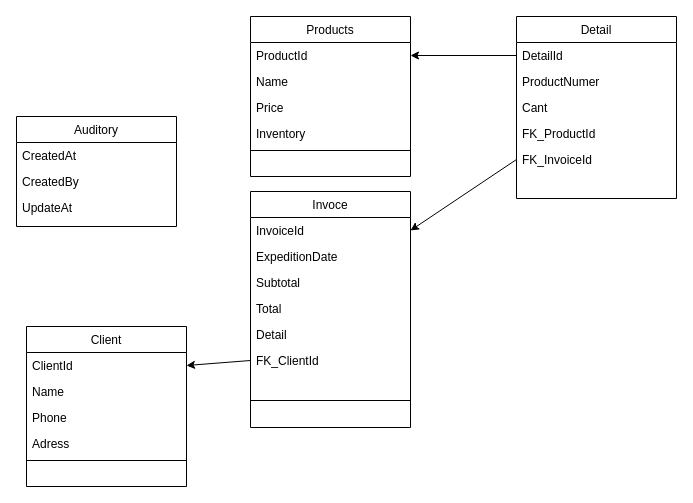
Before: MinHacienda/Utils/Diagrama BD.drawio in Wilmilcard/MinHacienda, a draw.io diagram. Source tidied: cells renumbered, new cells numbered last; positions are measured from the earlier drawing's top-left corner, leaving out a move shared by most shapes. Both pictures are drawn from the tidied source at 100%, with x=0, y=0 at pixel (16, 16).
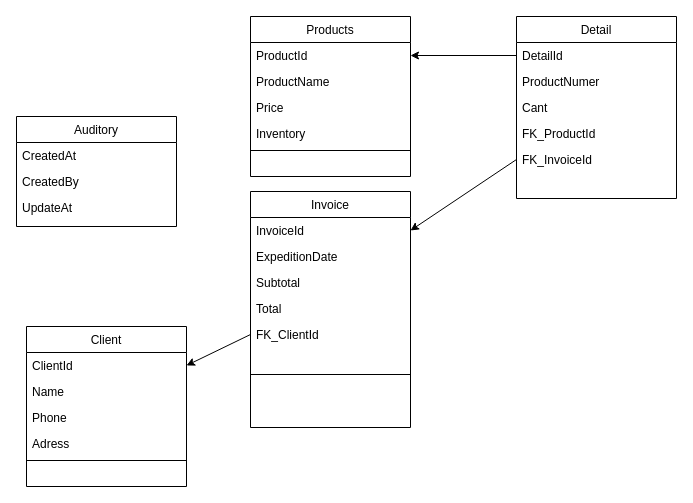
Above is the later version.

The change refers to these unchanged cells:
```xml
<mxCell id="2" value="Products" style="swimlane;fontStyle=0;align=center;verticalAlign=top;horizontal=1;startSize=26;rounded=0;shadow=0;strokeWidth=1;" parent="1" vertex="1">
  <mxGeometry x="234" width="160" height="160" as="geometry" />
</mxCell>
```

Change to the diagram source:
```diff
@@
-    <mxCell id="4" value="Name" style="text;align=left;verticalAlign=top;spacingLeft=4;spacingRight=4;overflow=hidden;rounded=0;shadow=0;html=0;" parent="2" vertex="1">
+    <mxCell id="4" value="ProductName" style="text;align=left;verticalAlign=top;spacingLeft=4;spacingRight=4;overflow=hidden;rounded=0;shadow=0;html=0;" parent="2" vertex="1">
       <mxGeometry y="52" width="160" height="26" as="geometry" />
     </mxCell>
@@
-    <mxCell id="8" value="Invoce" style="swimlane;fontStyle=0;align=center;verticalAlign=top;horizontal=1;startSize=26;rounded=0;shadow=0;strokeWidth=1;" parent="1" vertex="1">
+    <mxCell id="8" value="Invoice" style="swimlane;fontStyle=0;align=center;verticalAlign=top;horizontal=1;startSize=26;rounded=0;shadow=0;strokeWidth=1;" parent="1" vertex="1">
       <mxGeometry x="234" y="175" width="160" height="236" as="geometry" />
     </mxCell>
@@
-    <mxCell id="13" value="Detail" style="text;align=left;verticalAlign=top;spacingLeft=4;spacingRight=4;overflow=hidden;rounded=0;shadow=0;html=0;" parent="8" vertex="1">
-      <mxGeometry y="130" width="160" height="26" as="geometry" />
-    </mxCell>
     <mxCell id="14" value="FK_ClientId" style="text;align=left;verticalAlign=top;spacingLeft=4;spacingRight=4;overflow=hidden;points=[[0,0.5],[1,0.5]];portConstraint=eastwest;rounded=0;shadow=0;html=0;" parent="8" vertex="1">
-      <mxGeometry y="156" width="160" height="26" as="geometry" />
+      <mxGeometry y="130" width="160" height="26" as="geometry" />
     </mxCell>
     <mxCell id="15" style="line;html=1;strokeWidth=1;align=left;verticalAlign=middle;spacingTop=-1;spacingLeft=3;spacingRight=3;labelPosition=right;" parent="8" vertex="1">
-      <mxGeometry y="182" width="160" height="54" as="geometry" />
+      <mxGeometry y="156" width="160" height="54" as="geometry" />
     </mxCell>
```
